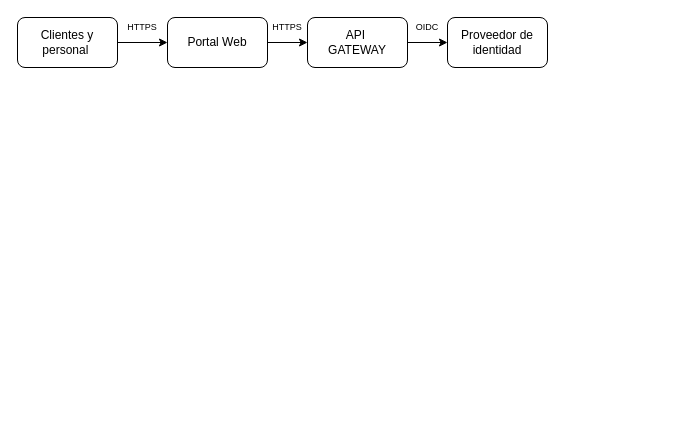
Earlier version of the draw.io diagram DEBER1.drawio (Nutellapc/drawio-2). Source tidied: cells renumbered, new cells numbered last; positions are measured from the earlier drawing's top-left corner, leaving out a move shared by most shapes. Both pictures are drawn from the tidied source at 100%, with x=0, y=0 at pixel (17, 17).
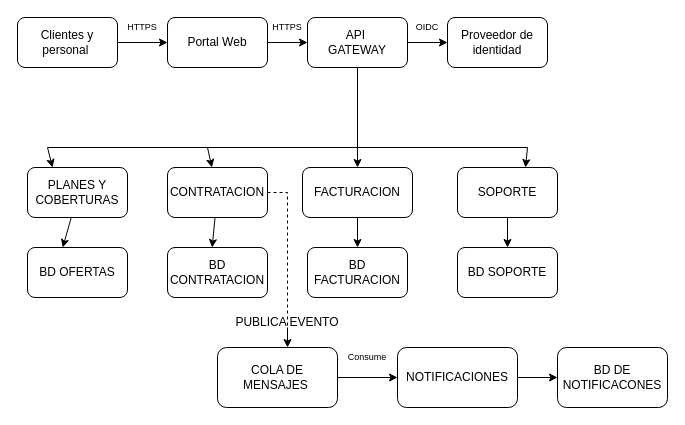
The same page after the edit.

Unchanged cells that the change refers to:
```xml
<mxCell id="7" value="API&amp;nbsp;&lt;div&gt;GATEWAY&lt;/div&gt;" style="rounded=1;whiteSpace=wrap;html=1;roundedPerimeter=1;" parent="1" vertex="1">
  <mxGeometry x="290" width="100" height="50" as="geometry" />
</mxCell>
```

The edit, as a diff of the source:
```diff
@@
+    <mxCell id="12" value="FACTURACION" style="rounded=1;whiteSpace=wrap;html=1;roundedPerimeter=1;" parent="1" vertex="1">
+      <mxGeometry x="285" y="150" width="110" height="50" as="geometry" />
+    </mxCell>
+    <mxCell id="13" value="CONTRATACION" style="rounded=1;whiteSpace=wrap;html=1;roundedPerimeter=1;" parent="1" vertex="1">
+      <mxGeometry x="150" y="150" width="100" height="50" as="geometry" />
+    </mxCell>
+    <mxCell id="14" value="PLANES Y COBERTURAS" style="rounded=1;whiteSpace=wrap;html=1;roundedPerimeter=1;" parent="1" vertex="1">
+      <mxGeometry x="10" y="150" width="100" height="50" as="geometry" />
+    </mxCell>
+    <mxCell id="15" style="edgeStyle=orthogonalEdgeStyle;rounded=0;jettySize=auto;html=1;defaultLabelBackgroundColor=page;labelPadding=0 4;" parent="1" edge="1" source="16" target="26">
+      <mxGeometry relative="1" as="geometry" />
+    </mxCell>
+    <mxCell id="16" value="SOPORTE" style="rounded=1;whiteSpace=wrap;html=1;roundedPerimeter=1;" parent="1" vertex="1">
+      <mxGeometry x="440" y="150" width="100" height="50" as="geometry" />
+    </mxCell>
+    <mxCell id="17" style="endArrow=none;html=1;rounded=0;defaultLabelBackgroundColor=page;labelPadding=0 4;entryX=0.5;entryY=1;entryDx=0;entryDy=0;" parent="1" edge="1" target="7">
+      <mxGeometry relative="1" as="geometry">
+        <mxPoint x="340" y="130" as="sourcePoint" />
+      </mxGeometry>
+    </mxCell>
+    <mxCell id="18" style="endArrow=none;html=1;rounded=0;defaultLabelBackgroundColor=page;labelPadding=0 4;" parent="1" edge="1">
+      <mxGeometry relative="1" as="geometry">
+        <mxPoint x="30" y="130" as="sourcePoint" />
+        <mxPoint x="510" y="130" as="targetPoint" />
+      </mxGeometry>
+    </mxCell>
+    <mxCell id="19" style="endArrow=classic;html=1;rounded=0;defaultLabelBackgroundColor=page;labelPadding=0 4;entryX=0.25;entryY=0;entryDx=0;entryDy=0;" parent="1" edge="1" target="14">
+      <mxGeometry relative="1" as="geometry">
+        <mxPoint x="30" y="130" as="sourcePoint" />
+      </mxGeometry>
+    </mxCell>
+    <mxCell id="20" style="endArrow=classic;html=1;rounded=0;defaultLabelBackgroundColor=page;labelPadding=0 4;" parent="1" edge="1" target="13">
+      <mxGeometry relative="1" as="geometry">
+        <mxPoint x="190" y="130" as="sourcePoint" />
+      </mxGeometry>
+    </mxCell>
+    <mxCell id="21" style="endArrow=classic;html=1;rounded=0;defaultLabelBackgroundColor=page;labelPadding=0 4;entryX=0.5;entryY=0;entryDx=0;entryDy=0;" parent="1" edge="1" target="12">
+      <mxGeometry x="0.11" relative="1" as="geometry">
+        <mxPoint x="340" y="130" as="sourcePoint" />
+      </mxGeometry>
+    </mxCell>
+    <mxCell id="22" style="endArrow=classic;html=1;rounded=0;defaultLabelBackgroundColor=page;labelPadding=0 4;entryX=0.68;entryY=0;entryDx=0;entryDy=0;" parent="1" edge="1" target="16">
+      <mxGeometry relative="1" as="geometry">
+        <mxPoint x="510" y="130" as="sourcePoint" />
+      </mxGeometry>
+    </mxCell>
+    <mxCell id="23" value="BD OFERTAS" style="rounded=1;whiteSpace=wrap;html=1;roundedPerimeter=1;" parent="1" vertex="1">
+      <mxGeometry x="10" y="230" width="100" height="50" as="geometry" />
+    </mxCell>
+    <mxCell id="24" value="BD CONTRATACION" style="rounded=1;whiteSpace=wrap;html=1;roundedPerimeter=1;" parent="1" vertex="1">
+      <mxGeometry x="150" y="230" width="100" height="50" as="geometry" />
+    </mxCell>
+    <mxCell id="25" value="BD FACTURACION" style="rounded=1;whiteSpace=wrap;html=1;roundedPerimeter=1;" parent="1" vertex="1">
+      <mxGeometry x="290" y="230" width="100" height="50" as="geometry" />
+    </mxCell>
+    <mxCell id="26" value="BD SOPORTE" style="rounded=1;whiteSpace=wrap;html=1;roundedPerimeter=1;" parent="1" vertex="1">
+      <mxGeometry x="440" y="230" width="100" height="50" as="geometry" />
+    </mxCell>
+    <mxCell id="27" style="endArrow=classic;html=1;rounded=0;defaultLabelBackgroundColor=page;labelPadding=0 4;entryX=0.37;entryY=0.06;entryDx=0;entryDy=0;exitX=0.43;exitY=1.06;exitDx=0;exitDy=0;" parent="1" edge="1" source="14" target="23">
+      <mxGeometry relative="1" as="geometry" />
+    </mxCell>
+    <mxCell id="28" style="endArrow=classic;html=1;rounded=0;defaultLabelBackgroundColor=page;labelPadding=0 4;entryX=0.44;entryY=-0.06;entryDx=0;entryDy=0;" parent="1" edge="1" source="13" target="24">
+      <mxGeometry relative="1" as="geometry" />
+    </mxCell>
+    <mxCell id="29" style="endArrow=classic;html=1;rounded=0;defaultLabelBackgroundColor=page;labelPadding=0 4;entryX=0.5;entryY=0;entryDx=0;entryDy=0;exitX=0.5;exitY=1;exitDx=0;exitDy=0;" parent="1" edge="1" source="12" target="25">
+      <mxGeometry relative="1" as="geometry" />
+    </mxCell>
+    <mxCell id="30" style="endArrow=none;dashed=1;html=1;rounded=0;defaultLabelBackgroundColor=page;labelPadding=0 4;exitX=1;exitY=0.5;exitDx=0;exitDy=0;" parent="1" edge="1" source="13">
+      <mxGeometry x="-0.77" relative="1" as="geometry">
+        <mxPoint x="270" y="310" as="targetPoint" />
+        <Array as="points">
+          <mxPoint x="270" y="175" />
+        </Array>
+      </mxGeometry>
+    </mxCell>
+    <mxCell id="31" style="endArrow=classic;html=1;rounded=0;defaultLabelBackgroundColor=page;labelPadding=0 4;" parent="1" edge="1">
+      <mxGeometry relative="1" as="geometry">
+        <mxPoint x="270" y="310" as="sourcePoint" />
+        <mxPoint x="270" y="330" as="targetPoint" />
+      </mxGeometry>
+    </mxCell>
+    <mxCell id="32" style="edgeStyle=orthogonalEdgeStyle;rounded=0;jettySize=auto;html=1;defaultLabelBackgroundColor=page;labelPadding=0 4;" parent="1" edge="1" source="33" target="35">
+      <mxGeometry relative="1" as="geometry" />
+    </mxCell>
+    <mxCell id="33" value="COLA DE MENSAJES&amp;nbsp;" style="rounded=1;whiteSpace=wrap;html=1;roundedPerimeter=1;" parent="1" vertex="1">
+      <mxGeometry x="200" y="330" width="120" height="60" as="geometry" />
+    </mxCell>
+    <mxCell id="34" style="edgeStyle=orthogonalEdgeStyle;rounded=0;jettySize=auto;html=1;defaultLabelBackgroundColor=page;labelPadding=0 4;" parent="1" edge="1" source="35" target="36">
+      <mxGeometry relative="1" as="geometry" />
+    </mxCell>
+    <mxCell id="35" value="NOTIFICACIONES" style="whiteSpace=wrap;html=1;rounded=1;roundedPerimeter=1;" parent="1" vertex="1">
+      <mxGeometry x="380" y="330" width="120" height="60" as="geometry" />
+    </mxCell>
+    <mxCell id="36" value="BD DE NOTIFICACONES" style="whiteSpace=wrap;html=1;rounded=1;roundedPerimeter=1;" parent="1" vertex="1">
+      <mxGeometry x="540" y="330" width="110" height="60" as="geometry" />
+    </mxCell>
+    <mxCell id="37" value="PUBLICA EVENTO" style="text;html=1;whiteSpace=wrap;strokeColor=none;fillColor=none;align=center;verticalAlign=middle;rounded=0;" parent="1" vertex="1">
+      <mxGeometry x="210" y="290" width="120" height="30" as="geometry" />
+    </mxCell>
+    <mxCell id="38" value="Consume" style="text;html=1;whiteSpace=wrap;strokeColor=none;fillColor=none;align=center;verticalAlign=middle;rounded=0;fontSize=9;" parent="1" vertex="1">
+      <mxGeometry x="330" y="330" width="40" height="20" as="geometry" />
+    </mxCell>
```
